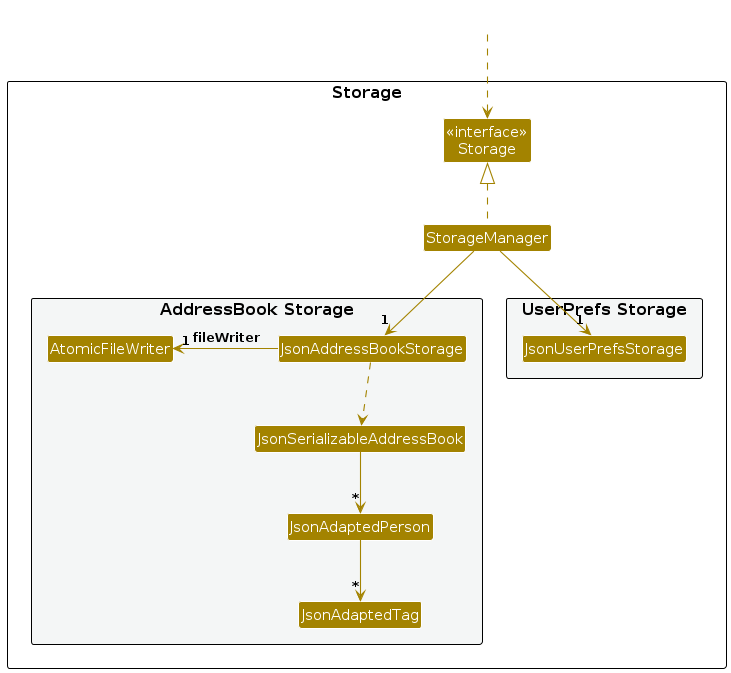
Before: diagrams/StorageClassDiagram.png, a diagram exported from PlantUML (AY2627S1-CS2103T-T17-3/tp). Its source is kept beside it as diagrams/StorageClassDiagram.puml. Source of this version:
```plantuml
@startuml
!include style.puml
skinparam arrowThickness 1.1
skinparam arrowColor STORAGE_COLOR
skinparam classBackgroundColor STORAGE_COLOR

package Storage as StoragePackage {

Class "<<interface>>\nStorage" as Storage
Class StorageManager

package "UserPrefs Storage" #F4F6F6{
Class JsonUserPrefsStorage
}

package "AddressBook Storage" #F4F6F6{
Class JsonAddressBookStorage
Class AtomicFileWriter
Class JsonSerializableAddressBook
Class JsonAdaptedPerson
Class JsonAdaptedTag
}

}

Class HiddenOutside #FFFFFF
HiddenOutside ..> Storage

StorageManager .up.|> Storage
StorageManager -down-> "1" JsonUserPrefsStorage
StorageManager -down-> "1" JsonAddressBookStorage

JsonAddressBookStorage ..> JsonSerializableAddressBook
JsonAddressBookStorage -left-> "1" AtomicFileWriter : fileWriter
JsonSerializableAddressBook --> "*" JsonAdaptedPerson
JsonAdaptedPerson --> "*" JsonAdaptedTag

@enduml
```
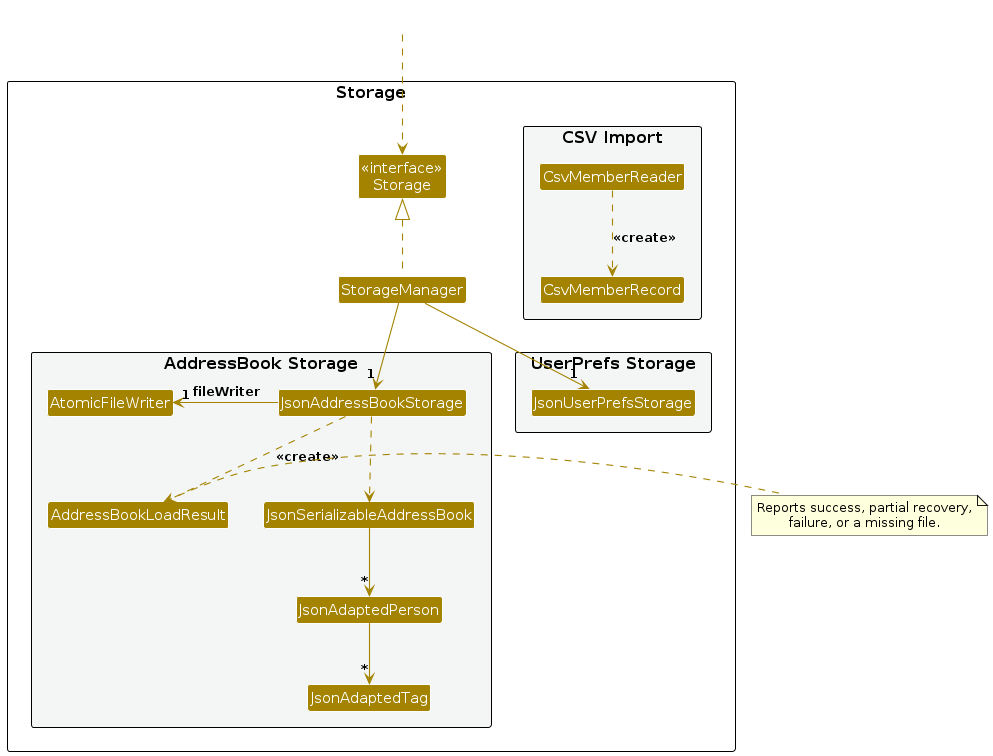
Above is the later version.

Change to the diagram source:
```diff
@@ -16,9 +16,15 @@
 package "AddressBook Storage" #F4F6F6{
 Class JsonAddressBookStorage
 Class AtomicFileWriter
+Class AddressBookLoadResult
 Class JsonSerializableAddressBook
 Class JsonAdaptedPerson
 Class JsonAdaptedTag
+}
+
+package "CSV Import" #F4F6F6 {
+Class CsvMemberReader
+Class CsvMemberRecord
 }
 
 }
@@ -31,8 +37,15 @@
 StorageManager -down-> "1" JsonAddressBookStorage
 
 JsonAddressBookStorage ..> JsonSerializableAddressBook
+JsonAddressBookStorage ..> AddressBookLoadResult : <<create>>
 JsonAddressBookStorage -left-> "1" AtomicFileWriter : fileWriter
 JsonSerializableAddressBook --> "*" JsonAdaptedPerson
 JsonAdaptedPerson --> "*" JsonAdaptedTag
+CsvMemberReader ..> CsvMemberRecord : <<create>>
+
+note right of AddressBookLoadResult
+  Reports success, partial recovery,
+  failure, or a missing file.
+end note
 
 @enduml
```
